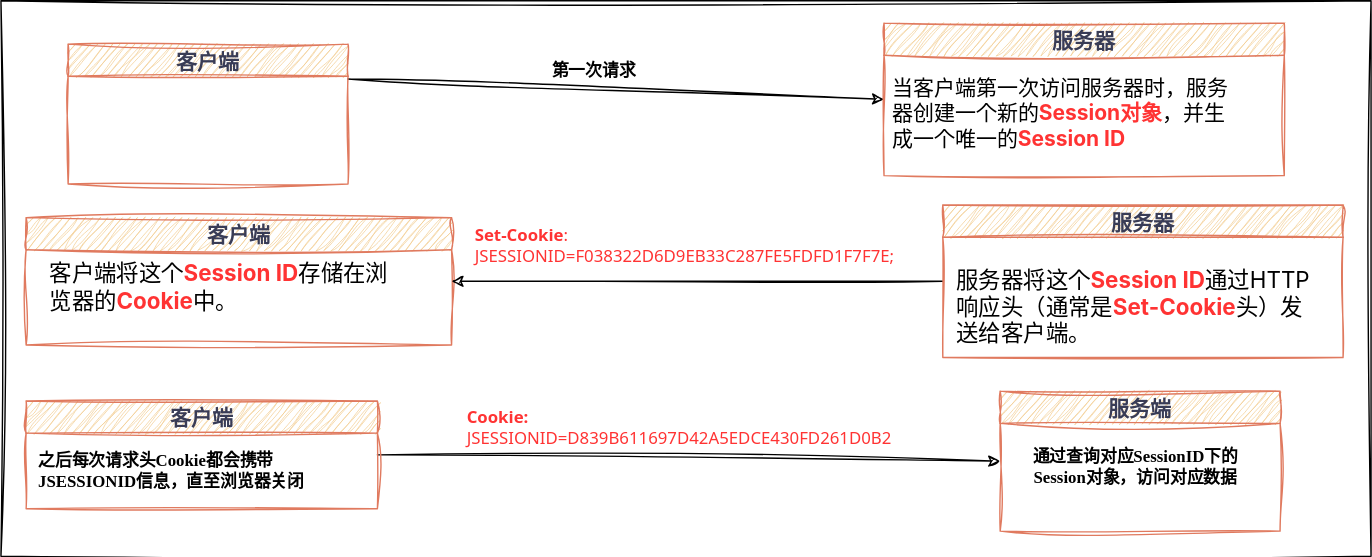
This is diagrams/java_serve/web_application/session_cookie/session原理图解.svg from luguosong/images, a draw.io export, as it was before one commit. Source tidied: cells renumbered, new cells last; positions are measured from the earlier drawing's top-left corner, leaving out a move shared by most shapes.
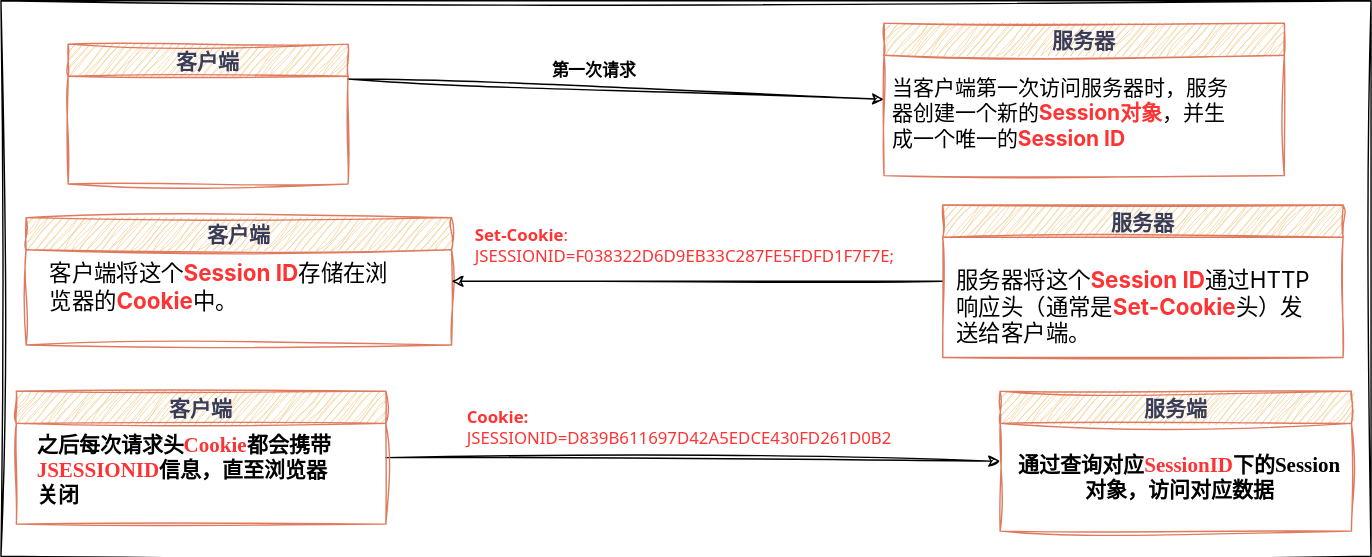
The same diagram one commit later.

Commit message:
更新session原理图解.svg

Change to the diagram source:
```diff
@@ -50,16 +50,16 @@
       <mxGeometry relative="1" as="geometry" />
     </mxCell>
     <mxCell id="17" value="客户端" style="swimlane;whiteSpace=wrap;html=1;sketch=1;hachureGap=4;jiggle=2;curveFitting=1;fontFamily=LXGW WenKai;fontSize=15;strokeColor=#E07A5F;align=center;verticalAlign=middle;fontColor=#393C56;fontStyle=1;fillColor=#F2CC8F;fontSource=https%3A%2F%2Ffonts.googleapis.com%2Fcss%3Ffamily%3DArchitects%2BDaughter;labelBackgroundColor=none;" parent="1" vertex="1">
-      <mxGeometry x="18" y="286" width="251" height="77" as="geometry" />
+      <mxGeometry x="11" y="279" width="264" height="95" as="geometry" />
     </mxCell>
-    <mxCell id="18" value="之后每次请求头Cookie都会携带JSESSIONID信息，直至浏览器关闭" style="text;html=1;align=left;verticalAlign=middle;whiteSpace=wrap;rounded=0;fontFamily=LXGW WenKai;fontSize=12;fontColor=default;fontStyle=1;" parent="17" vertex="1">
-      <mxGeometry x="6.5" y="35" width="221" height="30" as="geometry" />
+    <mxCell id="18" value="&lt;font style=&quot;font-size: 15px;&quot;&gt;之后每次请求头&lt;font style=&quot;&quot; color=&quot;#ff3333&quot;&gt;Cookie&lt;/font&gt;都会携带&lt;font color=&quot;#ff3333&quot;&gt;JSESSIONID&lt;/font&gt;信息，直至浏览器关闭&lt;/font&gt;" style="text;html=1;align=left;verticalAlign=middle;whiteSpace=wrap;rounded=0;fontFamily=LXGW WenKai;fontSize=12;fontColor=default;fontStyle=1;" parent="17" vertex="1">
+      <mxGeometry x="13" y="41" width="221" height="30" as="geometry" />
     </mxCell>
     <mxCell id="19" value="服务端" style="swimlane;whiteSpace=wrap;html=1;sketch=1;hachureGap=4;jiggle=2;curveFitting=1;fontFamily=LXGW WenKai;fontSize=15;strokeColor=#E07A5F;align=center;verticalAlign=middle;fontColor=#393C56;fontStyle=1;fillColor=#F2CC8F;fontSource=https%3A%2F%2Ffonts.googleapis.com%2Fcss%3Ffamily%3DArchitects%2BDaughter;labelBackgroundColor=none;startSize=23;" parent="1" vertex="1">
-      <mxGeometry x="714" y="279" width="200" height="100" as="geometry" />
+      <mxGeometry x="714" y="279" width="251" height="100" as="geometry" />
     </mxCell>
-    <mxCell id="20" value="通过查询对应SessionID下的Session对象，访问对应数据" style="text;html=1;align=center;verticalAlign=middle;whiteSpace=wrap;rounded=0;fontFamily=LXGW WenKai;fontSize=12;fontColor=default;fontStyle=1;" parent="19" vertex="1">
-      <mxGeometry x="4" y="39" width="186" height="30" as="geometry" />
+    <mxCell id="20" value="通过查询对应&lt;font color=&quot;#ff3333&quot;&gt;SessionID&lt;/font&gt;下的Session对象，访问对应数据" style="text;html=1;align=center;verticalAlign=middle;whiteSpace=wrap;rounded=0;fontFamily=LXGW WenKai;fontSize=15;fontColor=default;fontStyle=1;" parent="19" vertex="1">
+      <mxGeometry x="12" y="39" width="233" height="43" as="geometry" />
     </mxCell>
   </root>
 </mxGraphModel>
```
